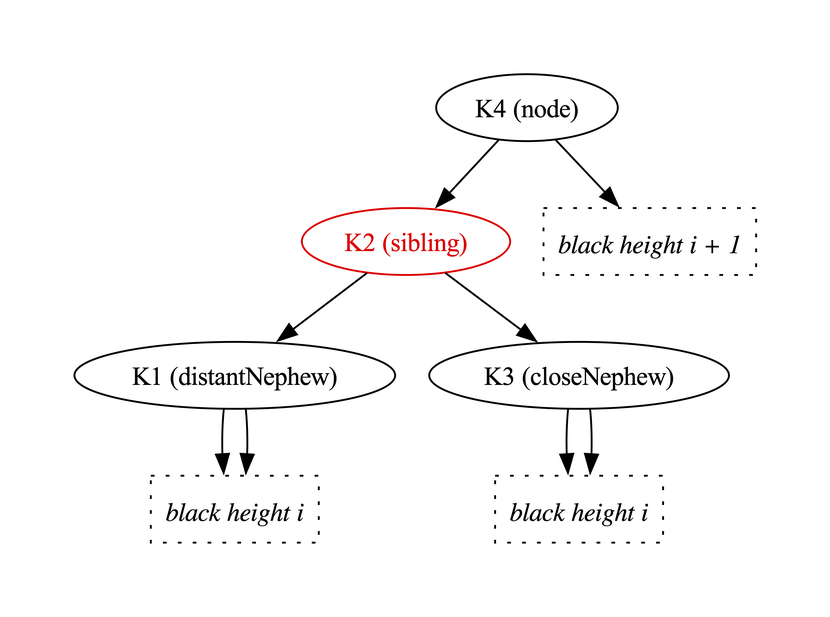
The Graphviz diagram Fw/DataStructures/docs/diagrams/removeBlackLeafNode/all-black-2.png in nasa/fprime, before a commit. Its source is kept beside it as Fw/DataStructures/docs/diagrams/removeBlackLeafNode/all-black-2.dot. Source of this version:
```dot
digraph {

  K4 -> K2
  K4 -> BH1
  K2 -> K1
  K2 -> K3

  K1 -> BH2
  K1 -> BH2

  K3 -> BH3
  K3 -> BH3

  K1 [label="K1 (distantNephew)"]
  K2 [label="K2 (sibling)",color="red",fontcolor="red"]
  K3 [label="K3 (closeNephew)"]
  K4 [label="K4 (node)"]

  BH1 [shape="box",label="black height i + 1",style="dotted",fontname="Italic"]
  BH2 [shape="box",label="black height i",style="dotted",fontname="Italic"]
  BH3 [shape="box",label="black height i",style="dotted",fontname="Italic"]

}
```
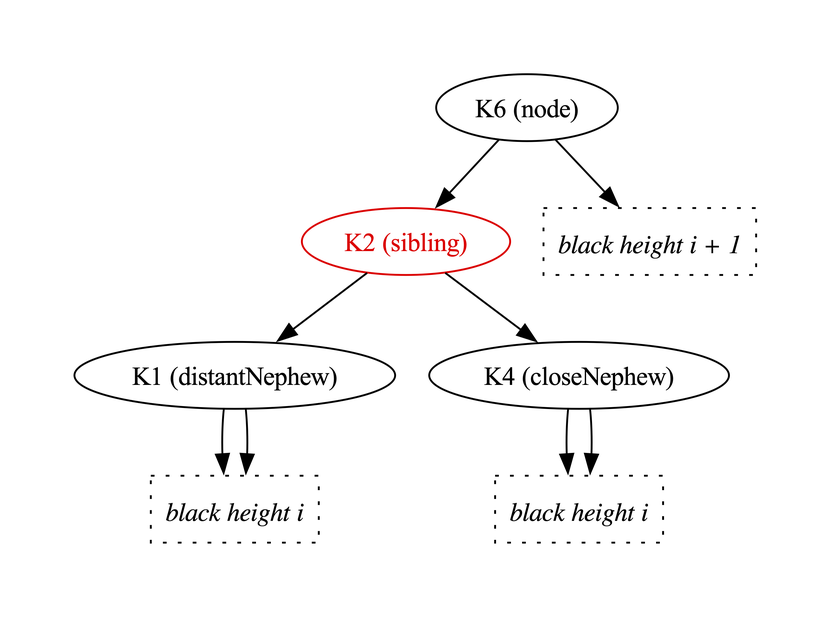
After the change.

Diff of the diagram source:
```diff
@@ -1,20 +1,20 @@
 digraph {
 
-  K4 -> K2
-  K4 -> BH1
+  K6 -> K2
+  K6 -> BH1
   K2 -> K1
-  K2 -> K3
+  K2 -> K4
 
   K1 -> BH2
   K1 -> BH2
 
-  K3 -> BH3
-  K3 -> BH3
+  K4 -> BH3
+  K4 -> BH3
 
   K1 [label="K1 (distantNephew)"]
   K2 [label="K2 (sibling)",color="red",fontcolor="red"]
-  K3 [label="K3 (closeNephew)"]
-  K4 [label="K4 (node)"]
+  K4 [label="K4 (closeNephew)"]
+  K6 [label="K6 (node)"]
 
   BH1 [shape="box",label="black height i + 1",style="dotted",fontname="Italic"]
   BH2 [shape="box",label="black height i",style="dotted",fontname="Italic"]
```
